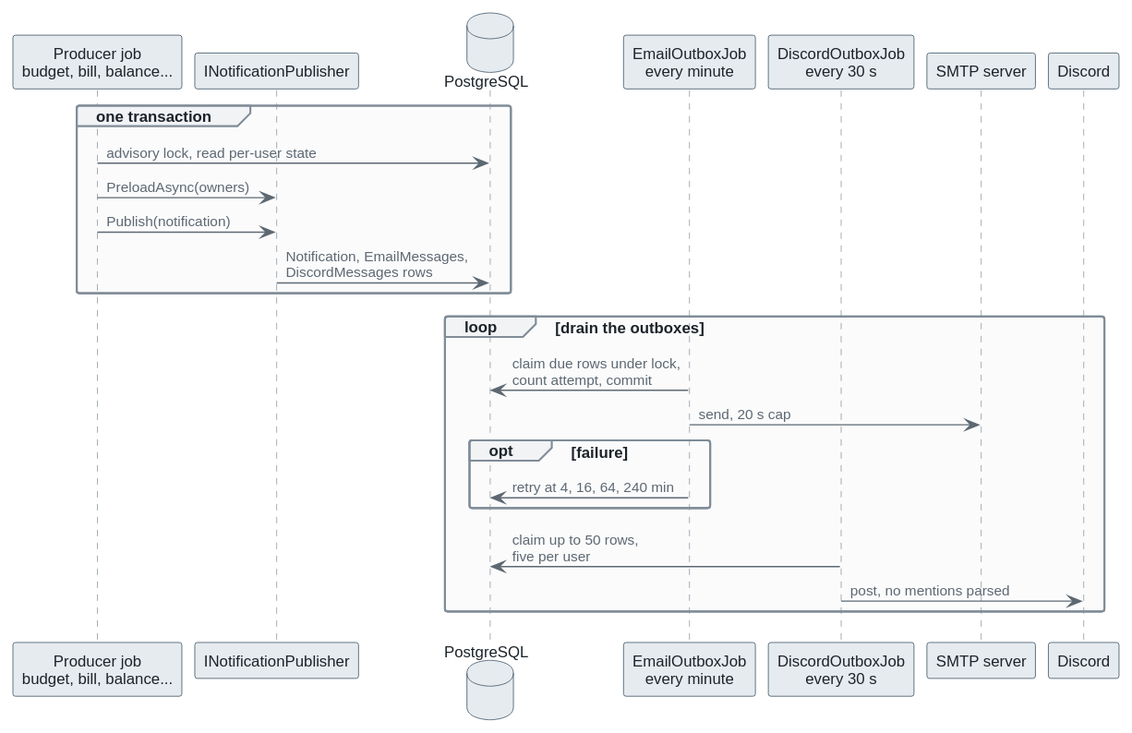
The PlantUML diagram docs/architecture/diagrams/notification-fan-out.svg in Justxs/Jx-Finance, before a commit. Source of this version:
```plantuml
@startuml
!include style.iuml

participant "Producer job\nbudget, bill, balance..." as J
participant "INotificationPublisher" as N
database "PostgreSQL" as P
participant "EmailOutboxJob\nevery minute" as EO
participant "DiscordOutboxJob\nevery 30 s" as DO
participant "SMTP server" as M
participant "Discord" as D

group one transaction
  J -> P : advisory lock, read per-user state
  J -> N : PreloadAsync(owners)
  J -> N : Publish(notification)
  N -> P : Notification, EmailMessages,\nDiscordMessages rows
end

loop drain the outboxes
  EO -> P : claim due rows under lock,\ncount attempt, commit
  EO -> M : send, 20 s cap
  opt failure
    EO -> P : retry at 4, 16, 64, 240 min
  end
  DO -> P : claim up to 50 rows,\nfive per user
  DO -> D : post, no mentions parsed
end
@enduml
```
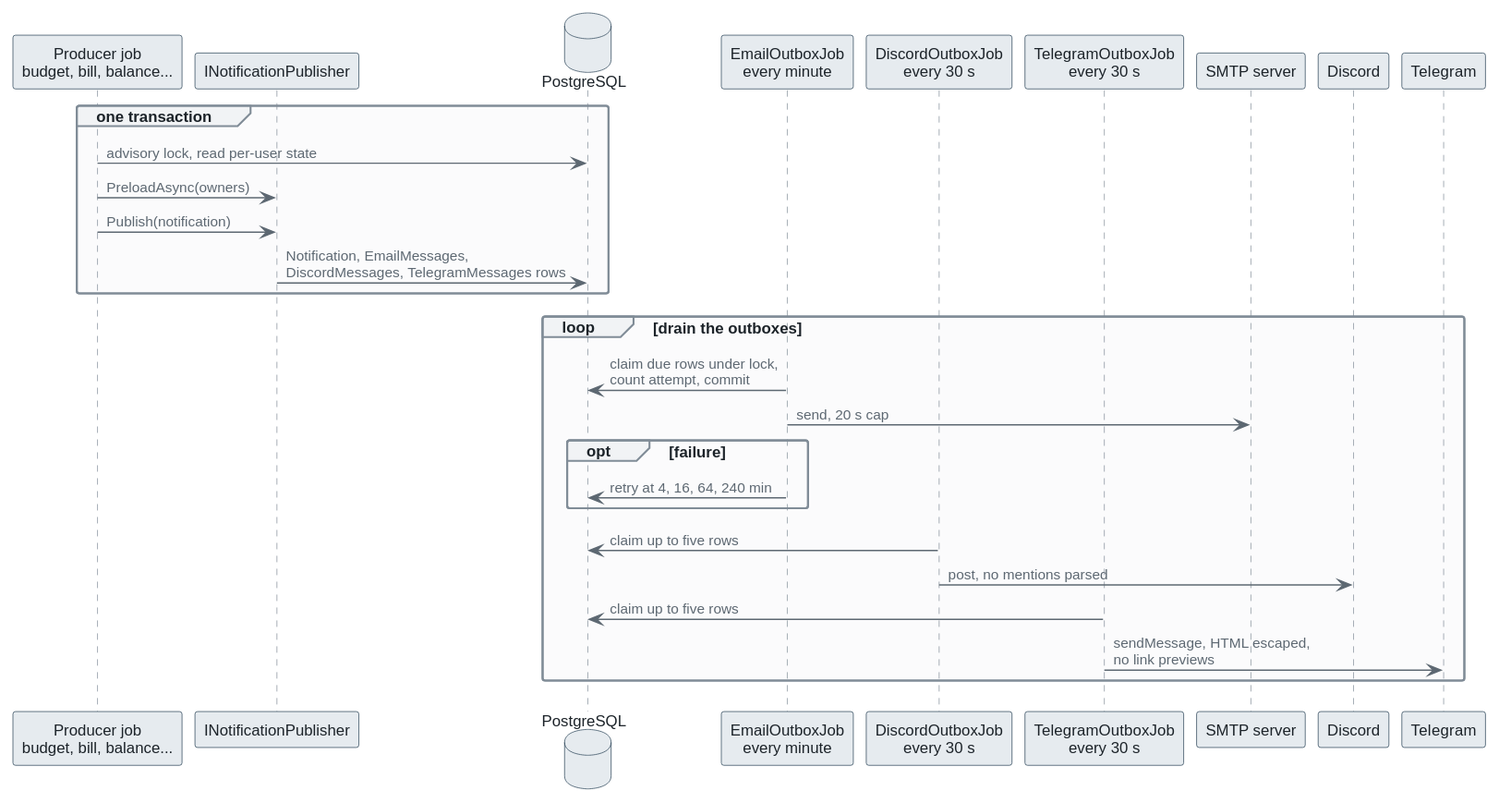
The same diagram one commit later.

What changed in the source:
```diff
@@ -6,14 +6,16 @@
 database "PostgreSQL" as P
 participant "EmailOutboxJob\nevery minute" as EO
 participant "DiscordOutboxJob\nevery 30 s" as DO
+participant "TelegramOutboxJob\nevery 30 s" as TO
 participant "SMTP server" as M
 participant "Discord" as D
+participant "Telegram" as T
 
 group one transaction
   J -> P : advisory lock, read per-user state
   J -> N : PreloadAsync(owners)
   J -> N : Publish(notification)
-  N -> P : Notification, EmailMessages,\nDiscordMessages rows
+  N -> P : Notification, EmailMessages,\nDiscordMessages, TelegramMessages rows
 end
 
 loop drain the outboxes
@@ -22,7 +24,9 @@
   opt failure
     EO -> P : retry at 4, 16, 64, 240 min
   end
-  DO -> P : claim up to 50 rows,\nfive per user
+  DO -> P : claim up to five rows
   DO -> D : post, no mentions parsed
+  TO -> P : claim up to five rows
+  TO -> T : sendMessage, HTML escaped,\nno link previews
 end
 @enduml
```
